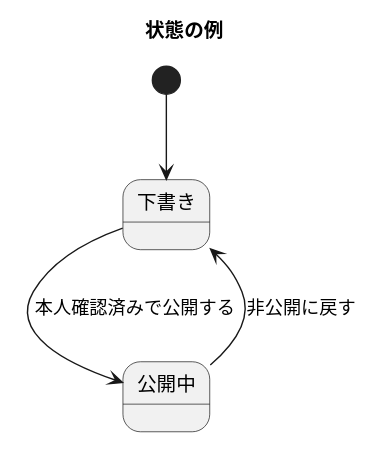
Above: docs/examples/状態.svg in masamasamasato/design-doc-template (PlantUML), before the change. Its source is kept beside it as docs/examples/状態.puml.
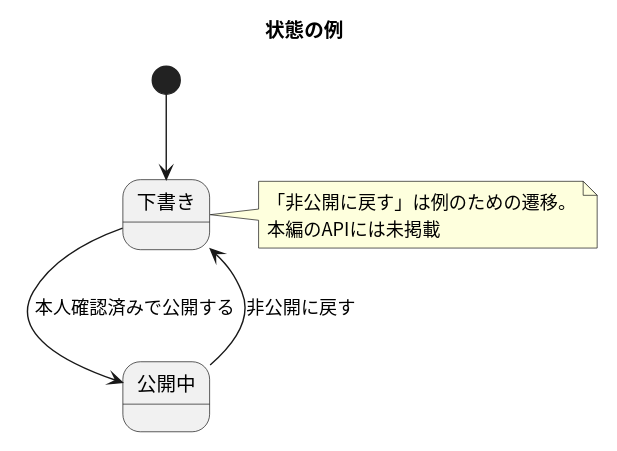
Above is the later version.

The edit, as a diff of the source:
```diff
@@ -7,4 +7,5 @@
 [*] --> 下書き
 下書き --> 公開中 : 本人確認済みで公開する
 公開中 --> 下書き : 非公開に戻す
+note right of 下書き : 「非公開に戻す」は例のための遷移。\n本編のAPIには未掲載
 @enduml
```
